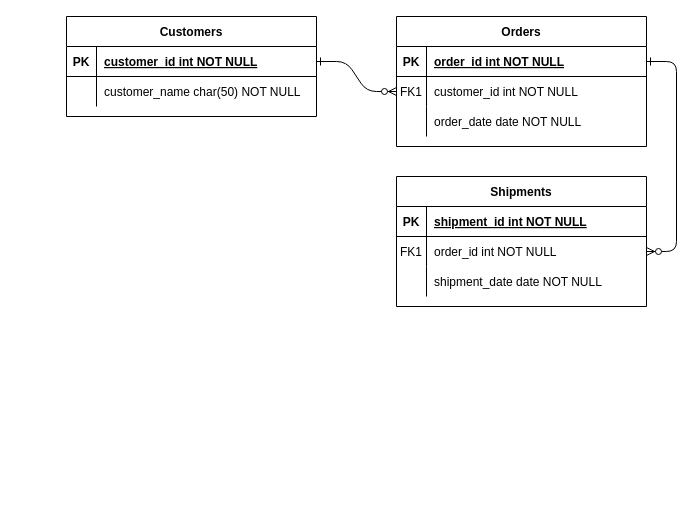
nto300002/catharsis keeps this draw.io diagram as catharsis.drawio. Above is the earlier version. Source tidied: cells renumbered, new cells numbered last; positions are measured from the earlier drawing's top-left corner, leaving out a move shared by most shapes. Both pictures are drawn from the tidied source at 100%, with x=0, y=0 at pixel (66, 16).
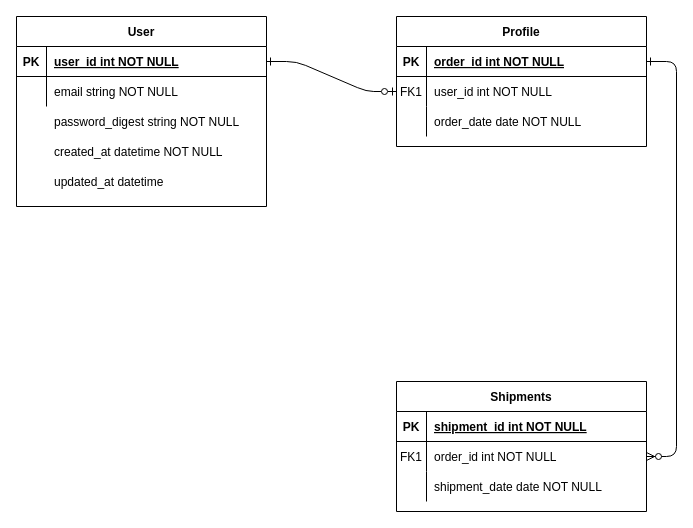
The same page after the edit.

Commit message:
catharsis.drawio を更新します

The change refers to these unchanged cells:
```xml
<mxCell id="8" style="shape=partialRectangle;fillColor=none;points=[[0,0.5],[1,0.5]];portConstraint=eastwest;top=0;left=0;right=0;bottom=0;" parent="4" vertex="1">
  <mxGeometry y="60" width="250" height="30" as="geometry" />
</mxCell>
<mxCell id="25" style="shape=partialRectangle;fillColor=none;points=[[0,0.5],[1,0.5]];portConstraint=eastwest;top=0;left=0;right=0;bottom=1;" parent="24" vertex="1">
  <mxGeometry y="30" width="250" height="30" as="geometry" />
</mxCell>
<mxCell id="28" style="shape=partialRectangle;fillColor=none;top=0;left=0;right=0;bottom=0;" parent="24" vertex="1">
  <mxGeometry y="60" width="250" height="30" as="geometry" />
</mxCell>
```

The edit, as a diff of the source:
```diff
@@
-    <mxCell id="2" style="edgeStyle=entityRelationEdgeStyle;endArrow=ERzeroToMany;startArrow=ERone;endFill=1;startFill=0;" parent="1" edge="1" source="25" target="8">
+    <mxCell id="2" style="edgeStyle=entityRelationEdgeStyle;endArrow=ERzeroToOne;startArrow=ERone;endFill=0;startFill=0;strokeColor=default;" parent="1" edge="1" source="25" target="8">
       <mxGeometry relative="1" as="geometry" />
     </mxCell>
@@
-    <mxCell id="4" value="Orders" style="shape=table;startSize=30;childLayout=tableLayout;rowLines=0;fontStyle=1;align=center;" parent="1" vertex="1">
+    <mxCell id="4" value="Profile" style="shape=table;startSize=30;childLayout=tableLayout;rowLines=0;fontStyle=1;align=center;" parent="1" vertex="1">
       <mxGeometry x="330" width="250" height="130" as="geometry" />
     </mxCell>
@@
-    <mxCell id="10" value="customer_id int NOT NULL" style="shape=partialRectangle;overflow=hidden;fillColor=none;top=0;left=0;bottom=0;right=0;align=left;spacingLeft=6;" parent="8" vertex="1">
+    <mxCell id="10" value="user_id int NOT NULL" style="shape=partialRectangle;overflow=hidden;fillColor=none;top=0;left=0;bottom=0;right=0;align=left;spacingLeft=6;" parent="8" vertex="1">
       <mxGeometry x="30" width="220" height="30" as="geometry" />
     </mxCell>
@@
     <mxCell id="14" value="Shipments" style="shape=table;startSize=30;childLayout=tableLayout;rowLines=0;fontStyle=1;align=center;" parent="1" vertex="1">
-      <mxGeometry x="330" y="160" width="250" height="130" as="geometry" />
+      <mxGeometry x="330" y="365" width="250" height="130" as="geometry" />
     </mxCell>
@@
+    <mxCell id="31" style="shape=partialRectangle;overflow=hidden;fillColor=none;top=0;left=0;bottom=0;right=0;align=left;spacingLeft=6;" parent="1" vertex="1">
+      <mxGeometry x="-20" y="180" width="220" height="30" as="geometry" />
+    </mxCell>
+    <mxCell id="32" style="group;" parent="1" vertex="1">
+      <mxGeometry x="-50" width="250" height="190" as="geometry" />
+    </mxCell>
-    <mxCell id="24" value="Customers" style="shape=table;startSize=30;childLayout=tableLayout;rowLines=0;fontStyle=1;align=center;" parent="1" vertex="1">
-      <mxGeometry width="250" height="100" as="geometry" />
+    <mxCell id="24" value="User" style="shape=table;startSize=30;childLayout=tableLayout;rowLines=0;fontStyle=1;align=center;" parent="32" vertex="1">
+      <mxGeometry width="250" height="190" as="geometry" />
     </mxCell>
@@
-    <mxCell id="27" value="customer_id int NOT NULL " style="shape=partialRectangle;overflow=hidden;fillColor=none;top=0;left=0;bottom=0;right=0;align=left;spacingLeft=6;fontStyle=5;" parent="25" vertex="1">
+    <mxCell id="27" value="user_id int NOT NULL " style="shape=partialRectangle;overflow=hidden;fillColor=none;top=0;left=0;bottom=0;right=0;align=left;spacingLeft=6;fontStyle=5;" parent="25" vertex="1">
       <mxGeometry x="30" width="220" height="30" as="geometry" />
     </mxCell>
@@
-    <mxCell id="30" value="customer_name char(50) NOT NULL" style="shape=partialRectangle;overflow=hidden;fillColor=none;top=0;left=0;bottom=0;right=0;align=left;spacingLeft=6;" parent="28" vertex="1">
+    <mxCell id="30" value="email string NOT NULL" style="shape=partialRectangle;overflow=hidden;fillColor=none;top=0;left=0;bottom=0;right=0;align=left;spacingLeft=6;" parent="28" vertex="1">
       <mxGeometry x="30" width="220" height="30" as="geometry" />
     </mxCell>
+    <mxCell id="33" value="password_digest string NOT NULL" style="shape=partialRectangle;overflow=hidden;fillColor=none;top=0;left=0;bottom=0;right=0;align=left;spacingLeft=6;" parent="32" vertex="1">
+      <mxGeometry x="30" y="90" width="220" height="30" as="geometry" />
+    </mxCell>
+    <mxCell id="34" value="created_at datetime NOT NULL" style="shape=partialRectangle;overflow=hidden;fillColor=none;top=0;left=0;bottom=0;right=0;align=left;spacingLeft=6;" parent="32" vertex="1">
+      <mxGeometry x="30" y="120" width="220" height="30" as="geometry" />
+    </mxCell>
+    <mxCell id="35" value="updated_at datetime" style="shape=partialRectangle;overflow=hidden;fillColor=none;top=0;left=0;bottom=0;right=0;align=left;spacingLeft=6;" parent="32" vertex="1">
+      <mxGeometry x="30" y="150" width="220" height="30" as="geometry" />
+    </mxCell>
```
